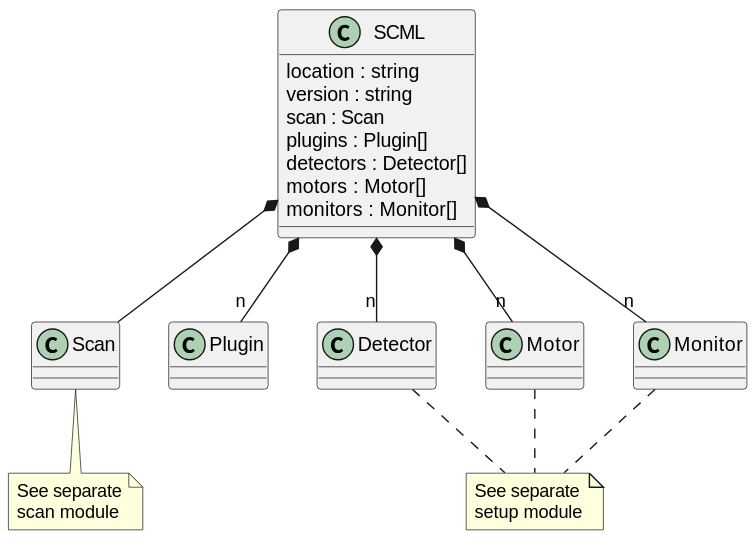
Earlier version of the PlantUML export docs/uml/evedata.scml.scml.svg (tillbiskup/evedata). The source it was exported from:
```plantuml
@startuml
class SCML {
    location : string
    version : string
    scan : Scan
    plugins : Plugin[]
    detectors : Detector[]
    motors : Motor[]
    monitors : Monitor[]
}
SCML *-- Scan
SCML *-- "n" Plugin
SCML *-- "n" Detector
SCML *-- "n" Motor
SCML *-- "n" Monitor

note bottom of Scan: See separate\nscan module

note as SetupNote
    See separate
    setup module
end note

Detector .. SetupNote
Motor .. SetupNote
Monitor .. SetupNote
@enduml
```
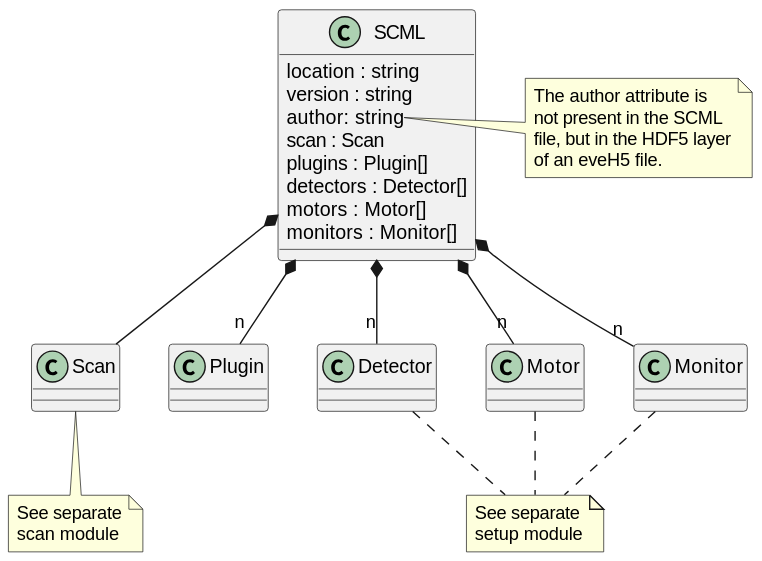
After the change.

The edit, as a diff of the source:
```diff
@@ -2,6 +2,7 @@
 class SCML {
     location : string
     version : string
+    author: string
     scan : Scan
     plugins : Plugin[]
     detectors : Detector[]
@@ -14,6 +15,13 @@
 SCML *-- "n" Motor
 SCML *-- "n" Monitor
 
+note right of SCML::author
+    The author attribute is
+    not present in the SCML
+    file, but in the HDF5 layer
+    of an eveH5 file.
+end note
+
 note bottom of Scan: See separate\nscan module
 
 note as SetupNote
```
